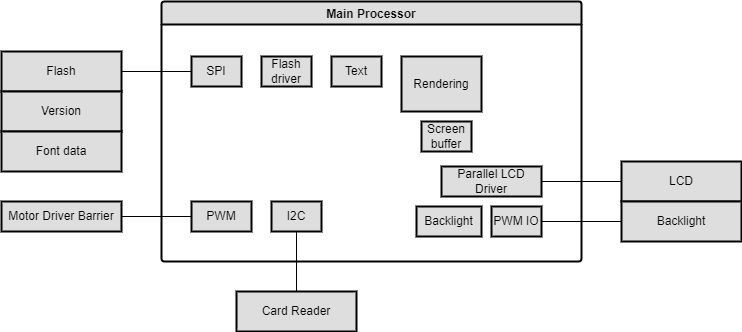
Before: Week-01/Exercise-01/SmartParkingLotT2.png, a diagram exported from draw.io (acafons/MakingEmbeddedSystems). Source tidied: cells renumbered, new cells last; positions are measured from the earlier drawing's top-left corner, leaving out a move shared by most shapes.
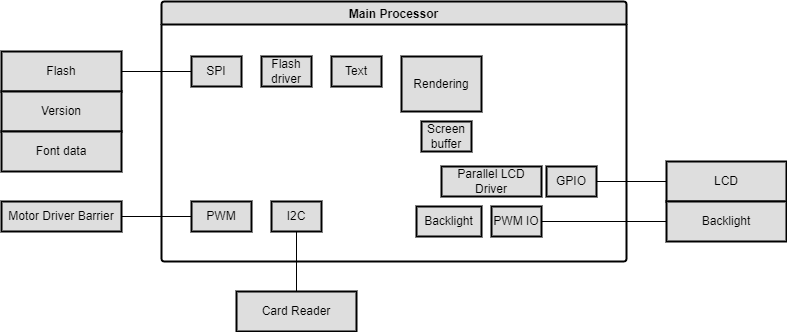
Later version of the same file.

Commit message:
Add hardware block diagram and update software block diagram

Diff of the diagram source:
```diff
@@ -3,7 +3,7 @@
     <mxCell id="0" />
     <mxCell id="1" parent="0" />
     <mxCell id="2" value="Main Processor" style="swimlane;rounded=1;shadow=0;fillColor=#DEDEDE;arcSize=4;strokeWidth=2;" parent="1" vertex="1">
-      <mxGeometry x="160" width="420" height="260" as="geometry" />
+      <mxGeometry x="160" width="465" height="260" as="geometry" />
     </mxCell>
     <mxCell id="3" value="SPI" style="rounded=0;whiteSpace=wrap;html=1;shadow=0;glass=0;sketch=0;strokeWidth=2;fillColor=#DEDEDE;" parent="2" vertex="1">
       <mxGeometry x="30" y="55" width="50" height="30" as="geometry" />
@@ -35,6 +35,12 @@
     <mxCell id="12" value="Text" style="rounded=0;whiteSpace=wrap;html=1;shadow=0;glass=0;sketch=0;strokeWidth=2;fillColor=#DEDEDE;" parent="2" vertex="1">
       <mxGeometry x="170" y="55" width="50" height="30" as="geometry" />
     </mxCell>
+    <mxCell id="25" value="GPIO" style="rounded=0;whiteSpace=wrap;html=1;shadow=0;glass=0;sketch=0;strokeWidth=2;fillColor=#DEDEDE;" parent="2" vertex="1">
+      <mxGeometry x="385" y="165" width="50" height="30" as="geometry" />
+    </mxCell>
+    <mxCell id="26" style="edgeStyle=orthogonalEdgeStyle;rounded=0;orthogonalLoop=1;jettySize=auto;html=1;exitX=0.5;exitY=0;exitDx=0;exitDy=0;entryX=1;entryY=0.25;entryDx=0;entryDy=0;fontSize=16;endArrow=none;endFill=0;" parent="2" edge="1" source="25" target="25">
+      <mxGeometry relative="1" as="geometry" />
+    </mxCell>
     <mxCell id="13" value="Flash" style="rounded=0;whiteSpace=wrap;html=1;shadow=0;strokeWidth=2;fillColor=#DEDEDE;sketch=0;glass=0;" parent="1" vertex="1">
       <mxGeometry y="50" width="120" height="40" as="geometry" />
     </mxCell>
@@ -45,18 +51,18 @@
       <mxGeometry y="130" width="120" height="40" as="geometry" />
     </mxCell>
     <mxCell id="16" value="LCD" style="rounded=0;whiteSpace=wrap;html=1;shadow=0;strokeWidth=2;fillColor=#DEDEDE;sketch=0;glass=0;" parent="1" vertex="1">
-      <mxGeometry x="620" y="160" width="120" height="40" as="geometry" />
+      <mxGeometry x="665" y="160" width="120" height="40" as="geometry" />
     </mxCell>
     <mxCell id="17" style="edgeStyle=orthogonalEdgeStyle;rounded=0;jettySize=auto;html=1;exitX=0;exitY=0.5;exitDx=0;exitDy=0;entryX=1;entryY=0.5;entryDx=0;entryDy=0;endArrow=none;endFill=0;" parent="1" edge="1" source="18" target="8">
       <mxGeometry relative="1" as="geometry" />
     </mxCell>
     <mxCell id="18" value="Backlight" style="rounded=0;whiteSpace=wrap;html=1;shadow=0;strokeWidth=2;fillColor=#DEDEDE;sketch=0;glass=0;" parent="1" vertex="1">
-      <mxGeometry x="620" y="200" width="120" height="40" as="geometry" />
+      <mxGeometry x="665" y="200" width="120" height="40" as="geometry" />
     </mxCell>
     <mxCell id="19" style="endArrow=none;html=1;rounded=0;exitX=1;exitY=0.5;exitDx=0;exitDy=0;entryX=0;entryY=0.5;entryDx=0;entryDy=0;" parent="1" edge="1" source="13" target="3">
       <mxGeometry relative="1" as="geometry" />
     </mxCell>
-    <mxCell id="20" style="endArrow=none;html=1;rounded=0;entryX=0;entryY=0.5;entryDx=0;entryDy=0;exitX=1;exitY=0.5;exitDx=0;exitDy=0;" parent="1" edge="1" source="6" target="16">
+    <mxCell id="20" style="endArrow=none;html=1;rounded=0;entryX=0;entryY=0.5;entryDx=0;entryDy=0;exitX=1;exitY=0.5;exitDx=0;exitDy=0;" parent="1" edge="1" source="25" target="16">
       <mxGeometry relative="1" as="geometry" />
     </mxCell>
     <mxCell id="21" value="Motor Driver Barrier" style="rounded=0;whiteSpace=wrap;html=1;shadow=0;strokeWidth=2;fillColor=#DEDEDE;sketch=0;glass=0;" parent="1" vertex="1">
```
